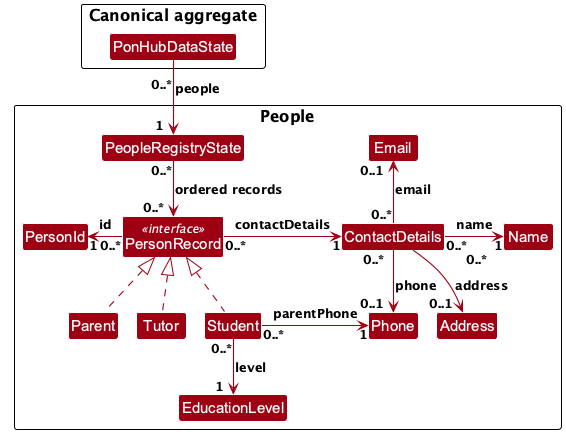
This is docs/images/PersonRecordClassDiagram.png from AY2627S1-CS2103T-F13-3/tp, a PlantUML export, as it was before one commit.
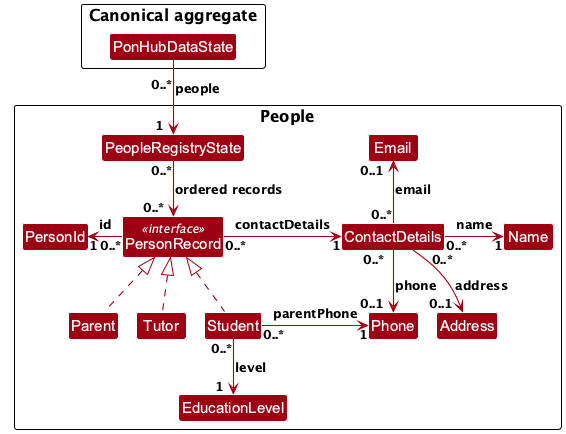
The same file after the commit.

Commit message:
Place Address multiplicity beside its association

The Address association's source 0..* was pushed under the name
association, so it read as belonging to Name. Reduce its padding so the
count sits beside the address connector at ContactDetails. The model is
unchanged. Rendered with PlantUML 1.2025.4 (smetana layout).

Diff of the diagram source:
```diff
@@ -39,7 +39,7 @@
 ContactDetails "0..*" -right-> "1" Name : name
 ContactDetails "0..*<U+00A0><U+00A0>" -down-> "0..1<U+00A0><U+00A0>" Phone : phone
 ContactDetails "0..*" -up-> "0..1<U+00A0><U+00A0>" Email : email
-ContactDetails "<U+00A0><U+00A0><U+00A0><U+00A0><U+00A0><U+00A0><U+00A0><U+00A0><U+00A0><U+00A0><U+00A0><U+00A0>0..*" -down-> "0..1<U+00A0><U+00A0>" Address : address
+ContactDetails "<U+00A0><U+00A0><U+00A0><U+00A0><U+00A0><U+00A0><U+00A0>0..*" -down-> "0..1<U+00A0><U+00A0>" Address : address
 Student "0..*" -down-> "1<U+00A0><U+00A0>" EducationLevel : level
 Student "0..*" -right-> "1" Phone : parentPhone
 
```
